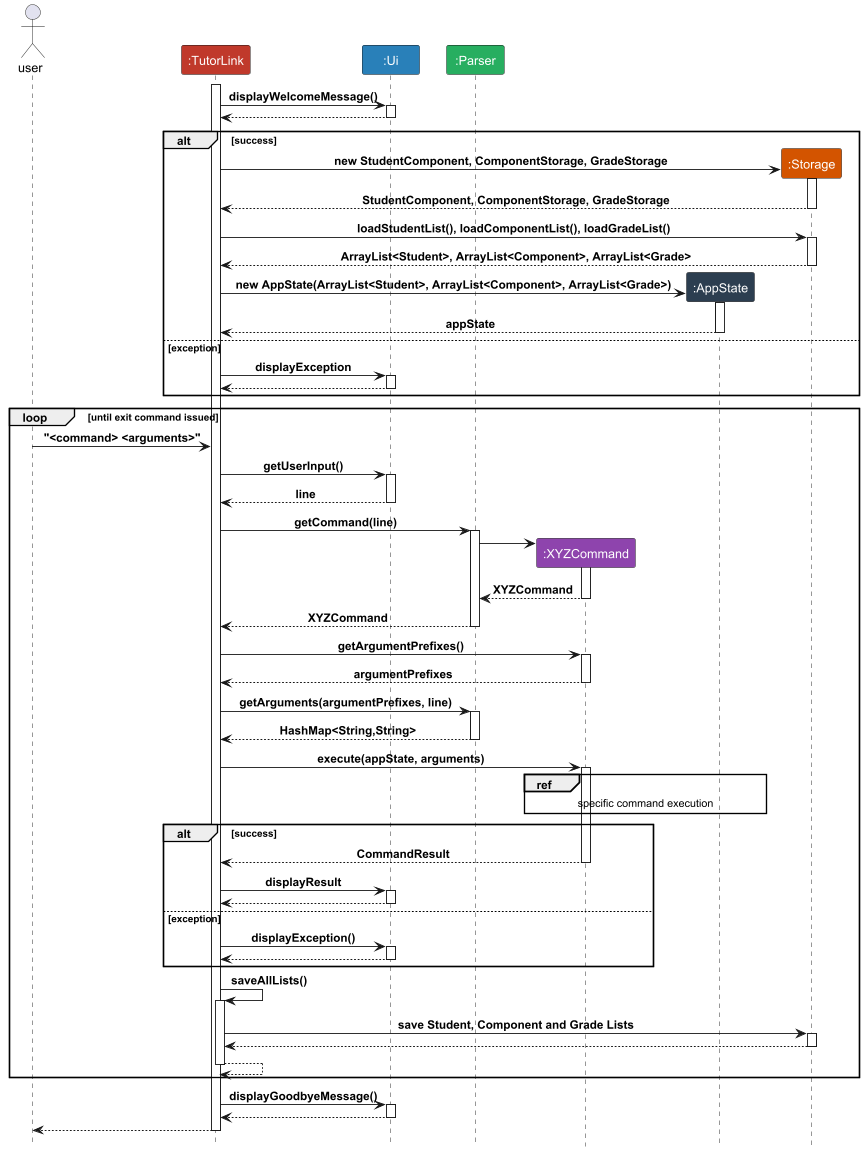
yeekian/tp keeps this PlantUML diagram as docs/diagrams/ArchitectureSequenceGrouped.png. Above is the earlier version.
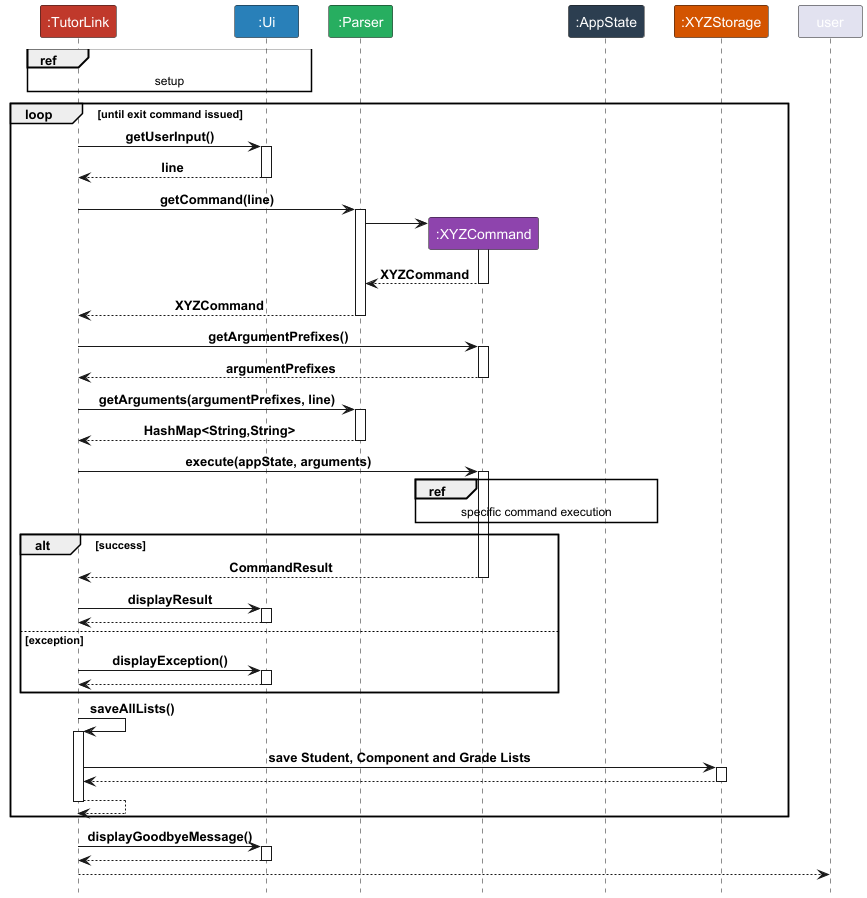
The same file after the commit.

What changed in the source:
```diff
@@ -1,47 +1,13 @@
 @startuml
 !include Style.puml
-actor user
 participant ":TutorLink" as TL LOGIC_COLOR_5
 participant ":Ui" as UI LOGIC_COLOR_6
 participant ":Parser" as P LOGIC_COLOR_7
 participant ":XYZCommand" as C LOGIC_COLOR_3
 participant ":AppState" as A LOGIC_COLOR_2
-participant ":Storage" as S LOGIC_COLOR_4
-
-activate TL
-TL->UI: displayWelcomeMessage()
-activate UI
-TL <-- UI
-deactivate UI
-
-create S
-
-alt success
-    TL -> S : new StudentComponent, ComponentStorage, GradeStorage
-    activate S
-    TL <-- S : StudentComponent, ComponentStorage, GradeStorage
-    deactivate S
-
-    TL -> S : loadStudentList(), loadComponentList(), loadGradeList()
-    activate S
-    TL <-- S : ArrayList<Student>, ArrayList<Component>, ArrayList<Grade>
-    deactivate S
-
-    create A
-    TL -> A : new AppState(ArrayList<Student>, ArrayList<Component>, ArrayList<Grade>)
-    activate A
-    TL <-- A : appState
-    deactivate A
-else exception
-        TL -> UI : displayException
-        activate UI
-        TL <-- UI
-        deactivate UI
-end
-
-deactivate UI
+participant ":XYZStorage" as S LOGIC_COLOR_4
+ref over TL, UI : setup
 loop until exit command issued
-    user -> TL:"<command> <arguments>"
     TL -> UI: getUserInput()
     activate UI
     TL <-- UI: line
```
